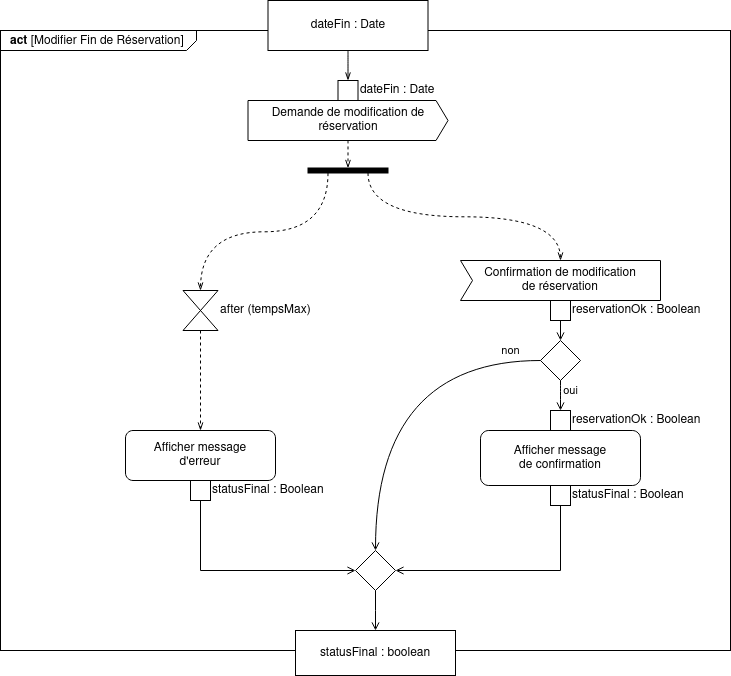
The draw.io diagram presentation/slide3.1.png in Dalker/ISI-mobility, before a commit. Source tidied: cells renumbered, new cells last; positions are measured from the earlier drawing's top-left corner, leaving out a move shared by most shapes. Its diagram source:
```xml
<mxGraphModel>
  <root>
    <mxCell id="0" />
    <mxCell id="1" parent="0" />
    <mxCell id="2" value="&lt;p style=&quot;margin: 0px ; margin-top: 4px ; margin-left: 10px ; text-align: left&quot;&gt;&lt;b&gt;act&lt;/b&gt;   [Modifier Fin de Réservation]&lt;/p&gt;" style="html=1;shape=mxgraph.sysml.package;align=left;spacingLeft=5;verticalAlign=top;spacingTop=-3;labelX=196;html=1;overflow=fill;" parent="1" vertex="1">
      <mxGeometry y="30" width="730" height="620" as="geometry" />
    </mxCell>
    <mxCell id="3" style="edgeStyle=orthogonalEdgeStyle;rounded=0;jettySize=auto;html=1;exitX=1;exitY=0.75;exitDx=0;exitDy=0;endArrow=openThin;endFill=0;dashed=1;curved=1;entryX=0.5;entryY=0;entryDx=0;entryDy=0;entryPerimeter=0;" parent="1" edge="1" source="17" target="5">
      <mxGeometry relative="1" as="geometry" />
    </mxCell>
    <mxCell id="4" style="edgeStyle=orthogonalEdgeStyle;rounded=0;jettySize=auto;html=1;exitX=0.5;exitY=1;exitDx=0;exitDy=0;exitPerimeter=0;dashed=1;endArrow=openThin;endFill=0;" parent="1" edge="1" source="5" target="25">
      <mxGeometry relative="1" as="geometry" />
    </mxCell>
    <mxCell id="5" value="&lt;div&gt;after (tempsMax)&lt;br&gt;&lt;/div&gt;" style="html=1;shape=mxgraph.sysml.timeEvent;strokeWidth=1;verticalLabelPosition=middle;verticalAlignment=top;labelPosition=right;align=left;verticalAlign=middle;" parent="1" vertex="1">
      <mxGeometry x="182.5" y="290" width="35" height="40" as="geometry" />
    </mxCell>
    <mxCell id="6" style="edgeStyle=orthogonalEdgeStyle;rounded=0;jettySize=auto;html=1;entryX=0.5;entryY=0;entryDx=0;entryDy=0;endArrow=openThin;endFill=0;curved=1;exitX=0.5;exitY=1;exitDx=0;exitDy=0;" parent="1" edge="1" source="7" target="15">
      <mxGeometry relative="1" as="geometry" />
    </mxCell>
    <mxCell id="7" value="dateFin : Date" style="shape=rect;html=1;whiteSpace=wrap;align=center;" parent="1" vertex="1">
      <mxGeometry x="267.5" width="160" height="50" as="geometry" />
    </mxCell>
    <mxCell id="8" value="&lt;div&gt;Confirmation de modification&lt;/div&gt;&lt;div&gt;de réservation&lt;br&gt;&lt;/div&gt;" style="html=1;shape=mxgraph.sysml.accEvent;strokeWidth=1;whiteSpace=wrap;align=center;" parent="1" vertex="1">
      <mxGeometry x="460" y="260" width="200" height="40" as="geometry" />
    </mxCell>
    <mxCell id="9" style="shape=rhombus;html=1;verticalLabelPosition=top;verticalAlignment=bottom;" parent="1" vertex="1">
      <mxGeometry x="355" y="550" width="40" height="40" as="geometry" />
    </mxCell>
    <mxCell id="10" style="edgeStyle=elbowEdgeStyle;html=1;elbow=horizontal;align=right;verticalAlign=bottom;rounded=0;labelBackgroundColor=none;endArrow=open;endSize=6;entryX=0.5;entryY=0;entryDx=0;entryDy=0;exitX=0.5;exitY=1;exitDx=0;exitDy=0;" parent="1" edge="1" source="9" target="19">
      <mxGeometry relative="1" as="geometry" />
    </mxCell>
    <mxCell id="11" style="edgeStyle=elbowEdgeStyle;html=1;elbow=vertical;verticalAlign=bottom;startArrow=open;endArrow=none;rounded=0;labelBackgroundColor=none;startSize=6;entryX=0.5;entryY=1;entryDx=0;entryDy=0;" parent="1" edge="1" source="9" target="22">
      <mxGeometry relative="1" as="geometry">
        <Array as="points">
          <mxPoint x="500" y="570" />
          <mxPoint x="570" y="470" />
          <mxPoint x="390" y="430" />
        </Array>
      </mxGeometry>
    </mxCell>
    <mxCell id="12" style="edgeStyle=elbowEdgeStyle;html=1;elbow=vertical;verticalAlign=bottom;startArrow=open;endArrow=none;rounded=0;labelBackgroundColor=none;startSize=6;exitX=0;exitY=0.5;exitDx=0;exitDy=0;entryX=0.5;entryY=1;entryDx=0;entryDy=0;" parent="1" edge="1" source="9" target="26">
      <mxGeometry relative="1" as="geometry">
        <Array as="points">
          <mxPoint x="220" y="570" />
          <mxPoint x="200" y="470" />
          <mxPoint x="280" y="430" />
        </Array>
      </mxGeometry>
    </mxCell>
    <mxCell id="13" style="group;" parent="1" vertex="1">
      <mxGeometry x="247.5" y="80" width="200" height="60" as="geometry" />
    </mxCell>
    <mxCell id="14" value="Demande de modification de réservation" style="html=1;shape=mxgraph.sysml.sendSigAct;strokeWidth=1;whiteSpace=wrap;align=center;" parent="13" vertex="1">
      <mxGeometry y="20" width="200" height="40" as="geometry" />
    </mxCell>
    <mxCell id="15" value="dateFin : Date" style="shape=rect;html=1;align=left;labelPosition=right;verticalLabelPosition=middle;verticalAlign=bottom;horizontal=1;" parent="13" vertex="1">
      <mxGeometry x="90" width="20" height="20" as="geometry" />
    </mxCell>
    <mxCell id="16" style="edgeStyle=orthogonalEdgeStyle;curved=1;rounded=0;jettySize=auto;html=1;exitX=1;exitY=0.25;exitDx=0;exitDy=0;dashed=1;endArrow=openThin;endFill=0;entryX=0.5;entryY=0;entryDx=0;entryDy=0;entryPerimeter=0;" parent="1" edge="1" source="17" target="8">
      <mxGeometry relative="1" as="geometry" />
    </mxCell>
    <mxCell id="17" style="shape=rect;html=1;fillColor=#000000;verticalLabelPosition=bottom;verticalAlignment=top;strokeWidth=1;rotation=90;" parent="1" vertex="1">
      <mxGeometry x="345" y="130" width="5" height="80" as="geometry" />
    </mxCell>
    <mxCell id="18" style="edgeStyle=orthogonalEdgeStyle;curved=1;rounded=0;jettySize=auto;html=1;exitX=0.5;exitY=1;exitDx=0;exitDy=0;exitPerimeter=0;entryX=0;entryY=0.5;entryDx=0;entryDy=0;dashed=1;endArrow=openThin;endFill=0;" parent="1" edge="1" source="14" target="17">
      <mxGeometry relative="1" as="geometry" />
    </mxCell>
    <mxCell id="19" value="statusFinal : boolean" style="shape=rect;html=1;whiteSpace=wrap;align=center;strokeWidth=1;" parent="1" vertex="1">
      <mxGeometry x="295" y="630" width="160" height="45" as="geometry" />
    </mxCell>
    <mxCell id="20" style="group;" parent="1" vertex="1">
      <mxGeometry x="480" y="430" width="160" height="75" as="geometry" />
    </mxCell>
    <mxCell id="21" value="&lt;div&gt;Afficher message&lt;/div&gt;&lt;div&gt;de confirmation&lt;br&gt;&lt;/div&gt;" style="shape=rect;html=1;rounded=1;whiteSpace=wrap;align=center;" parent="20" vertex="1">
      <mxGeometry width="160" height="55" as="geometry" />
    </mxCell>
    <mxCell id="22" value="statusFinal : Boolean" style="shape=rect;html=1;align=left;labelPosition=right;verticalLabelPosition=middle;verticalAlign=bottom;horizontal=1;" parent="20" vertex="1">
      <mxGeometry x="70" y="55" width="20" height="20" as="geometry" />
    </mxCell>
    <mxCell id="23" style="shape=rhombus;html=1;verticalLabelPosition=top;verticalAlignment=bottom;strokeWidth=1;" parent="1" vertex="1">
      <mxGeometry x="540" y="340" width="40" height="40" as="geometry" />
    </mxCell>
    <mxCell id="24" style="group;" parent="1" vertex="1">
      <mxGeometry x="125" y="430" width="150" height="70" as="geometry" />
    </mxCell>
    <mxCell id="25" value="&lt;div&gt;Afficher message &lt;br&gt;&lt;/div&gt;&lt;div&gt;d'erreur&lt;/div&gt;" style="shape=rect;html=1;rounded=1;whiteSpace=wrap;align=center;" parent="24" vertex="1">
      <mxGeometry width="150" height="50" as="geometry" />
    </mxCell>
    <mxCell id="26" value="&lt;div&gt;statusFinal : Boolean&lt;/div&gt;" style="shape=rect;html=1;align=left;labelPosition=right;verticalLabelPosition=middle;verticalAlign=bottom;horizontal=1;" parent="24" vertex="1">
      <mxGeometry x="65" y="50" width="20" height="20" as="geometry" />
    </mxCell>
    <mxCell id="27" value="reservationOk : Boolean" style="shape=rect;html=1;align=left;labelPosition=right;verticalLabelPosition=middle;verticalAlign=bottom;horizontal=1;" parent="1" vertex="1">
      <mxGeometry x="550" y="300" width="20" height="20" as="geometry" />
    </mxCell>
    <mxCell id="28" style="endArrow=open;html=1;entryX=0.5;entryY=0;entryDx=0;entryDy=0;exitX=0.5;exitY=1;exitDx=0;exitDy=0;endFill=0;" parent="1" edge="1" source="27" target="23">
      <mxGeometry relative="1" as="geometry" />
    </mxCell>
    <mxCell id="29" value="oui" style="endArrow=open;html=1;exitX=0.5;exitY=1;exitDx=0;exitDy=0;entryX=0.5;entryY=0;entryDx=0;entryDy=0;endFill=0;" parent="1" edge="1" source="23" target="30">
      <mxGeometry x="-0.33" y="10" relative="1" as="geometry">
        <Array as="points">
          <mxPoint x="560" y="390" />
        </Array>
      </mxGeometry>
    </mxCell>
    <mxCell id="30" value="reservationOk : Boolean" style="shape=rect;html=1;align=left;labelPosition=right;verticalLabelPosition=middle;verticalAlign=bottom;horizontal=1;" parent="1" vertex="1">
      <mxGeometry x="550" y="410" width="20" height="20" as="geometry" />
    </mxCell>
    <mxCell id="31" value="non" style="endArrow=open;html=1;exitX=0;exitY=0.5;exitDx=0;exitDy=0;entryX=0.5;entryY=0;entryDx=0;entryDy=0;endFill=0;strokeWidth=1;endSize=6;edgeStyle=orthogonalEdgeStyle;curved=1;" parent="1" edge="1" source="23" target="9">
      <mxGeometry x="-0.83" y="-10" relative="1" as="geometry" />
    </mxCell>
  </root>
</mxGraphModel>
```
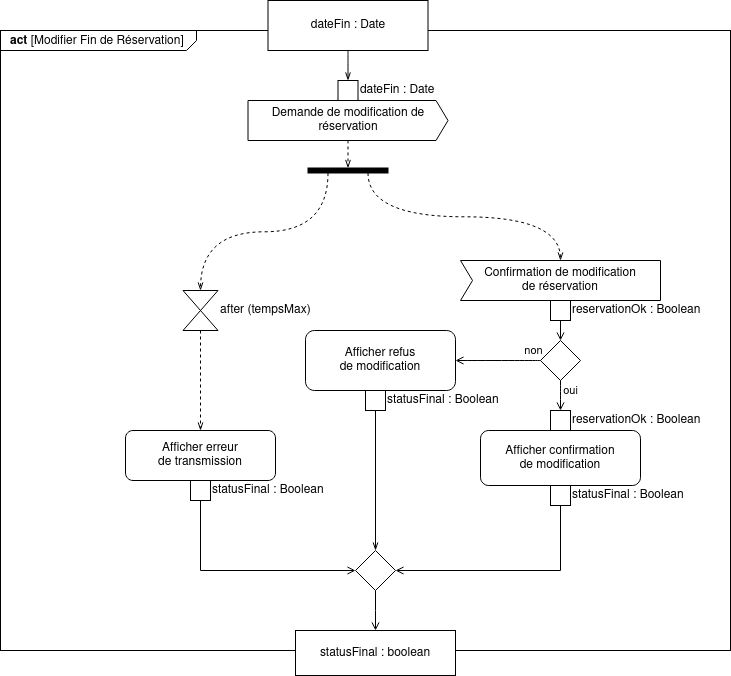
The same file after the commit.

Change to the diagram source:
```diff
@@ -71,7 +71,7 @@
     <mxCell id="20" style="group;" parent="1" vertex="1">
       <mxGeometry x="480" y="430" width="160" height="75" as="geometry" />
     </mxCell>
-    <mxCell id="21" value="&lt;div&gt;Afficher message&lt;/div&gt;&lt;div&gt;de confirmation&lt;br&gt;&lt;/div&gt;" style="shape=rect;html=1;rounded=1;whiteSpace=wrap;align=center;" parent="20" vertex="1">
+    <mxCell id="21" value="&lt;div&gt;Afficher confirmation&lt;/div&gt;&lt;div&gt;de modification&lt;br&gt;&lt;/div&gt;" style="shape=rect;html=1;rounded=1;whiteSpace=wrap;align=center;" parent="20" vertex="1">
       <mxGeometry width="160" height="55" as="geometry" />
     </mxCell>
     <mxCell id="22" value="statusFinal : Boolean" style="shape=rect;html=1;align=left;labelPosition=right;verticalLabelPosition=middle;verticalAlign=bottom;horizontal=1;" parent="20" vertex="1">
@@ -83,7 +83,7 @@
     <mxCell id="24" style="group;" parent="1" vertex="1">
       <mxGeometry x="125" y="430" width="150" height="70" as="geometry" />
     </mxCell>
-    <mxCell id="25" value="&lt;div&gt;Afficher message &lt;br&gt;&lt;/div&gt;&lt;div&gt;d'erreur&lt;/div&gt;" style="shape=rect;html=1;rounded=1;whiteSpace=wrap;align=center;" parent="24" vertex="1">
+    <mxCell id="25" value="&lt;div&gt;Afficher erreur&lt;br&gt;&lt;/div&gt;&lt;div&gt;de transmission&lt;br&gt;&lt;/div&gt;" style="shape=rect;html=1;rounded=1;whiteSpace=wrap;align=center;" parent="24" vertex="1">
       <mxGeometry width="150" height="50" as="geometry" />
     </mxCell>
     <mxCell id="26" value="&lt;div&gt;statusFinal : Boolean&lt;/div&gt;" style="shape=rect;html=1;align=left;labelPosition=right;verticalLabelPosition=middle;verticalAlign=bottom;horizontal=1;" parent="24" vertex="1">
@@ -105,8 +105,17 @@
     <mxCell id="30" value="reservationOk : Boolean" style="shape=rect;html=1;align=left;labelPosition=right;verticalLabelPosition=middle;verticalAlign=bottom;horizontal=1;" parent="1" vertex="1">
       <mxGeometry x="550" y="410" width="20" height="20" as="geometry" />
     </mxCell>
-    <mxCell id="31" value="non" style="endArrow=open;html=1;exitX=0;exitY=0.5;exitDx=0;exitDy=0;entryX=0.5;entryY=0;entryDx=0;entryDy=0;endFill=0;strokeWidth=1;endSize=6;edgeStyle=orthogonalEdgeStyle;curved=1;" parent="1" edge="1" source="23" target="9">
+    <mxCell id="31" value="non" style="endArrow=open;html=1;exitX=0;exitY=0.5;exitDx=0;exitDy=0;entryX=1;entryY=0.5;entryDx=0;entryDy=0;endFill=0;strokeWidth=1;endSize=6;edgeStyle=orthogonalEdgeStyle;curved=1;" parent="1" edge="1" source="23" target="32">
       <mxGeometry x="-0.83" y="-10" relative="1" as="geometry" />
     </mxCell>
+    <mxCell id="32" value="&lt;div&gt;Afficher refus&lt;/div&gt;&lt;div&gt;de modification&lt;br&gt;&lt;/div&gt;" style="shape=rect;html=1;rounded=1;whiteSpace=wrap;align=center;" parent="1" vertex="1">
+      <mxGeometry x="305" y="330" width="150" height="60" as="geometry" />
+    </mxCell>
+    <mxCell id="33" style="edgeStyle=orthogonalEdgeStyle;rounded=0;jettySize=auto;html=1;endArrow=openThin;endFill=0;" parent="1" edge="1" source="34" target="9">
+      <mxGeometry relative="1" as="geometry" />
+    </mxCell>
+    <mxCell id="34" value="&lt;div&gt;statusFinal : Boolean&lt;/div&gt;" style="shape=rect;html=1;align=left;labelPosition=right;verticalLabelPosition=middle;verticalAlign=bottom;horizontal=1;" parent="1" vertex="1">
+      <mxGeometry x="365" y="390" width="20" height="20" as="geometry" />
+    </mxCell>
   </root>
 </mxGraphModel>
```
